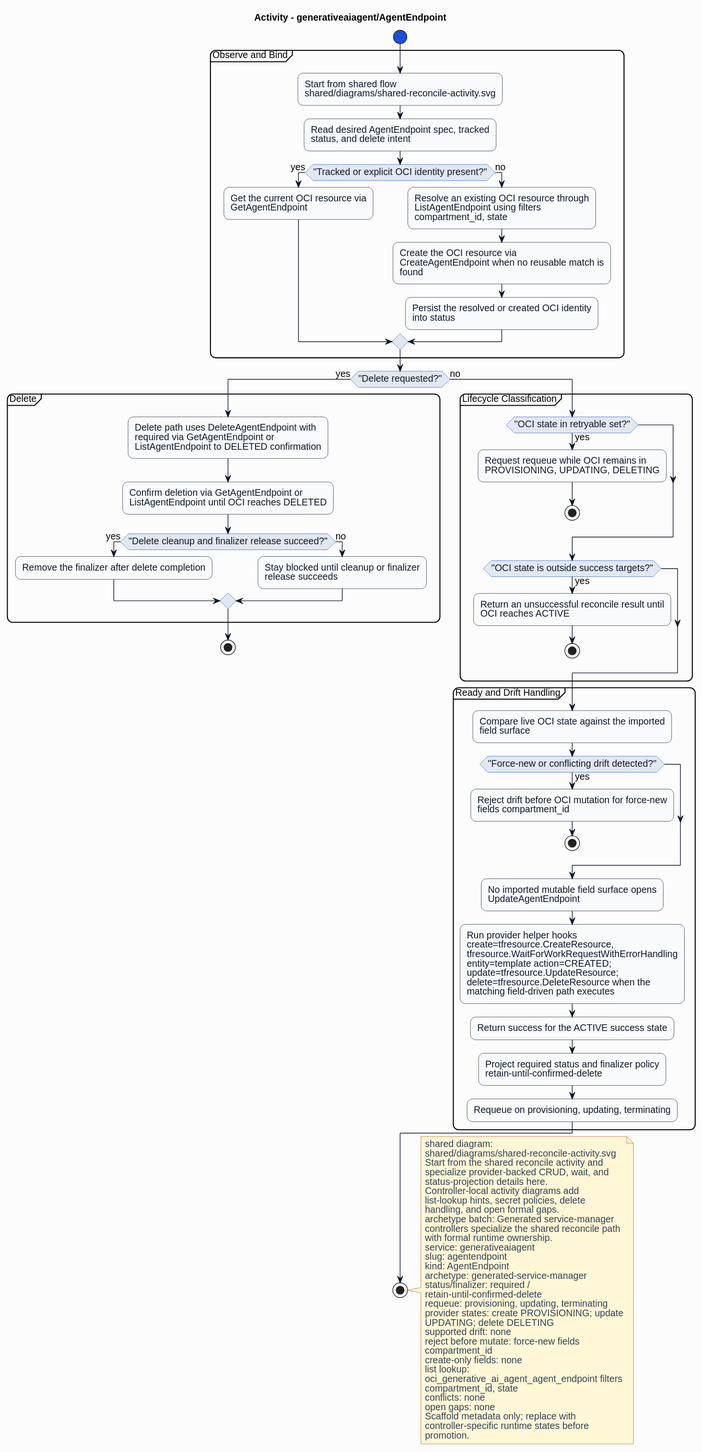
This is formal/controllers/generativeaiagent/agentendpoint/diagrams/activity.svg from HaoyL666/oci-service-operator, a PlantUML export, as it was before one commit.
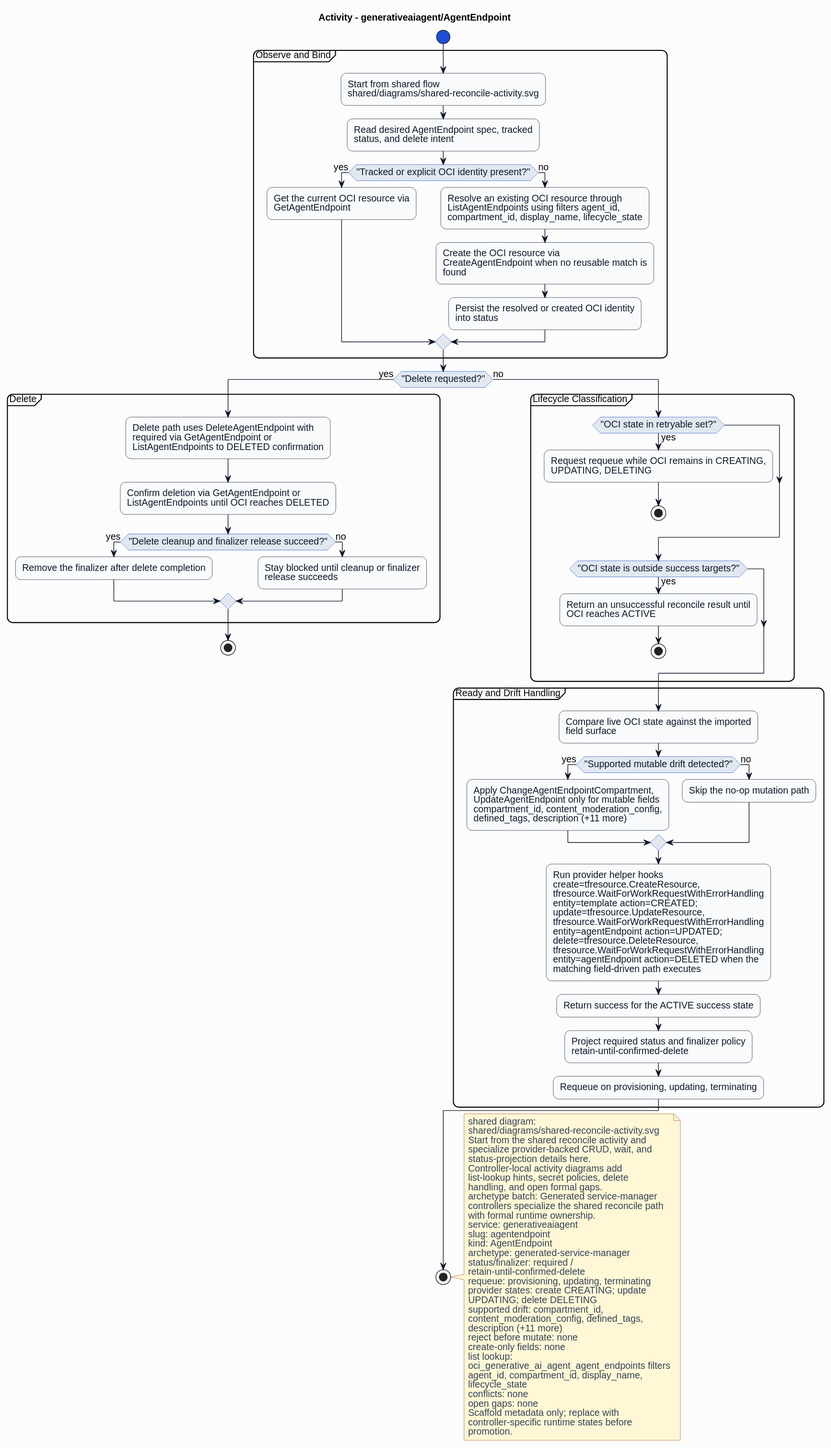
Later version of the same file.

Commit message:
US-171: implement AgentEndpoint runtime

What changed in the source:
```diff
@@ -27,15 +27,15 @@
 if ("Tracked or explicit OCI identity present?") then (yes)
 :Get the current OCI resource via\nGetAgentEndpoint;
 else (no)
-:Resolve an existing OCI resource through\nListAgentEndpoint using filters\ncompartment_id, state;
+:Resolve an existing OCI resource through\nListAgentEndpoints using filters agent_id,\ncompartment_id, display_name, lifecycle_state;
 :Create the OCI resource via\nCreateAgentEndpoint when no reusable match is\nfound;
 :Persist the resolved or created OCI identity\ninto status;
 endif
 }
 if ("Delete requested?") then (yes)
 partition "Delete" {
-:Delete path uses DeleteAgentEndpoint with\nrequired via GetAgentEndpoint or\nListAgentEndpoint to DELETED confirmation;
-:Confirm deletion via GetAgentEndpoint or\nListAgentEndpoint until OCI reaches DELETED;
+:Delete path uses DeleteAgentEndpoint with\nrequired via GetAgentEndpoint or\nListAgentEndpoints to DELETED confirmation;
+:Confirm deletion via GetAgentEndpoint or\nListAgentEndpoints until OCI reaches DELETED;
 if ("Delete cleanup and finalizer release succeed?") then (yes)
 :Remove the finalizer after delete completion;
 else (no)
@@ -46,7 +46,7 @@
 else (no)
 partition "Lifecycle Classification" {
 if ("OCI state in retryable set?") then (yes)
-:Request requeue while OCI remains in\nPROVISIONING, UPDATING, DELETING;
+:Request requeue while OCI remains in CREATING,\nUPDATING, DELETING;
 stop
 endif
 if ("OCI state is outside success targets?") then (yes)
@@ -56,12 +56,12 @@
 }
 partition "Ready and Drift Handling" {
 :Compare live OCI state against the imported\nfield surface;
-if ("Force-new or conflicting drift detected?") then (yes)
-:Reject drift before OCI mutation for force-new\nfields compartment_id;
-stop
+if ("Supported mutable drift detected?") then (yes)
+:Apply ChangeAgentEndpointCompartment,\nUpdateAgentEndpoint only for mutable fields\ncompartment_id, content_moderation_config,\ndefined_tags, description (+11 more);
+else (no)
+:Skip the no-op mutation path;
 endif
-:No imported mutable field surface opens\nUpdateAgentEndpoint;
-:Run provider helper hooks\ncreate=tfresource.CreateResource,\ntfresource.WaitForWorkRequestWithErrorHandling\nentity=template action=CREATED;\nupdate=tfresource.UpdateResource;\ndelete=tfresource.DeleteResource when the\nmatching field-driven path executes;
+:Run provider helper hooks\ncreate=tfresource.CreateResource,\ntfresource.WaitForWorkRequestWithErrorHandling\nentity=template action=CREATED;\nupdate=tfresource.UpdateResource,\ntfresource.WaitForWorkRequestWithErrorHandling\nentity=agentEndpoint action=UPDATED;\ndelete=tfresource.DeleteResource,\ntfresource.WaitForWorkRequestWithErrorHandling\nentity=agentEndpoint action=DELETED when the\nmatching field-driven path executes;
 :Return success for the ACTIVE success state;
 :Project required status and finalizer policy\nretain-until-confirmed-delete;
 :Requeue on provisioning, updating, terminating;
@@ -87,15 +87,17 @@
 status/finalizer: required /
 retain-until-confirmed-delete
 requeue: provisioning, updating, terminating
-provider states: create PROVISIONING; update
+provider states: create CREATING; update
 UPDATING; delete DELETING
-supported drift: none
-reject before mutate: force-new fields
-compartment_id
+supported drift: compartment_id,
+content_moderation_config, defined_tags,
+description (+11 more)
+reject before mutate: none
 create-only fields: none
 list lookup:
-oci_generative_ai_agent_agent_endpoint filters
-compartment_id, state
+oci_generative_ai_agent_agent_endpoints filters
+agent_id, compartment_id, display_name,
+lifecycle_state
 conflicts: none
 open gaps: none
 Scaffold metadata only; replace with
```
